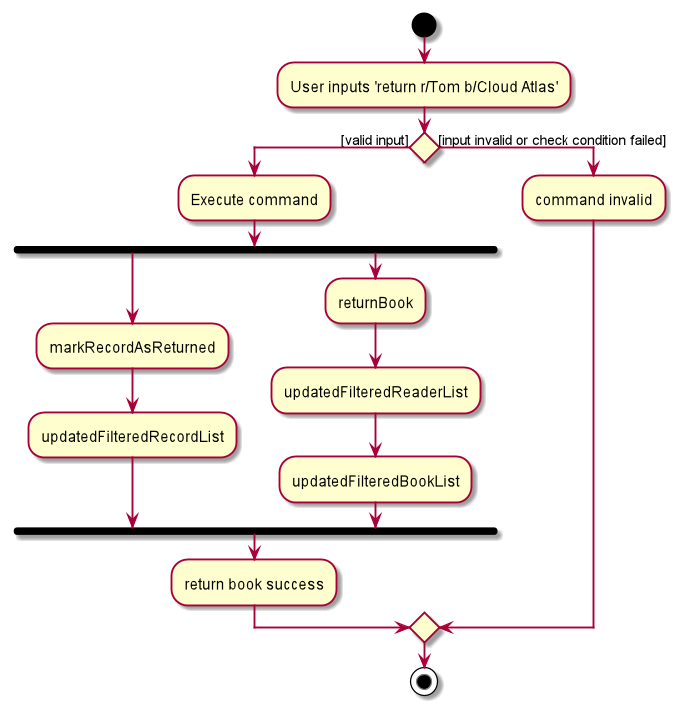
The PlantUML diagram docs/images/ReturnActivityDiagram.png in nus-cs2103-AY2021S2/tp, before a commit.
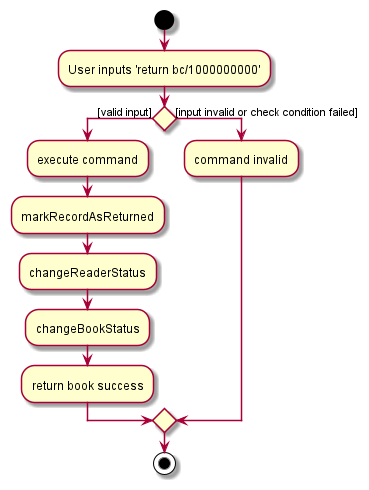
The same file after the commit.

Commit message:
ug borrow return refactor, dg update minor

The edit, as a diff of the source:
```diff
@@ -1,18 +1,13 @@
 @startuml
 start
-:User inputs 'return r/Tom b/Cloud Atlas';
+:User inputs 'return bc/1000000000';
 
 
 if () then ([valid input])
-    :Execute command;
-    fork
-        :markRecordAsReturned;
-        :updatedFilteredRecordList;
-    fork again
-        :returnBook;
-        :updatedFilteredReaderList;
-        :updatedFilteredBookList;
-    end fork
+    :execute command;
+    :markRecordAsReturned;
+    :changeReaderStatus;
+    :changeBookStatus;
     :return book success;
 else ([input invalid or check condition failed])
     :command invalid;
```
